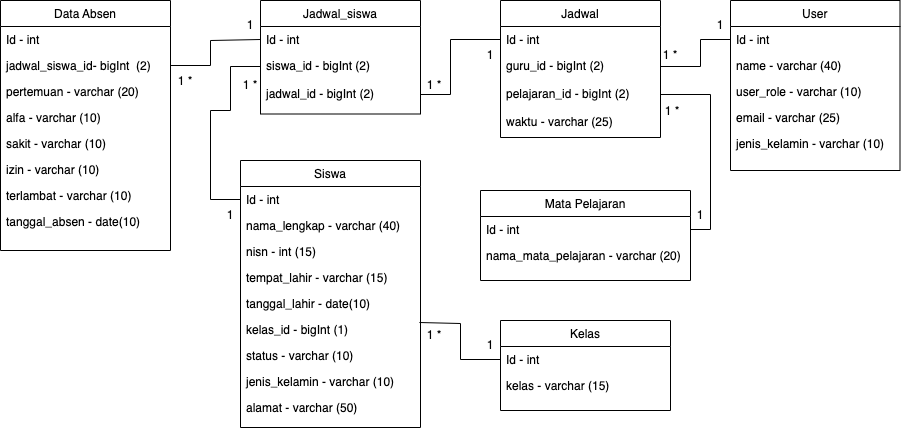
Above: Untitled Diagram.drawio.png in danangsptro/SI_ABSEN (draw.io), before the change. Source tidied: cells renumbered, new cells last; positions are measured from the earlier drawing's top-left corner, leaving out a move shared by most shapes.
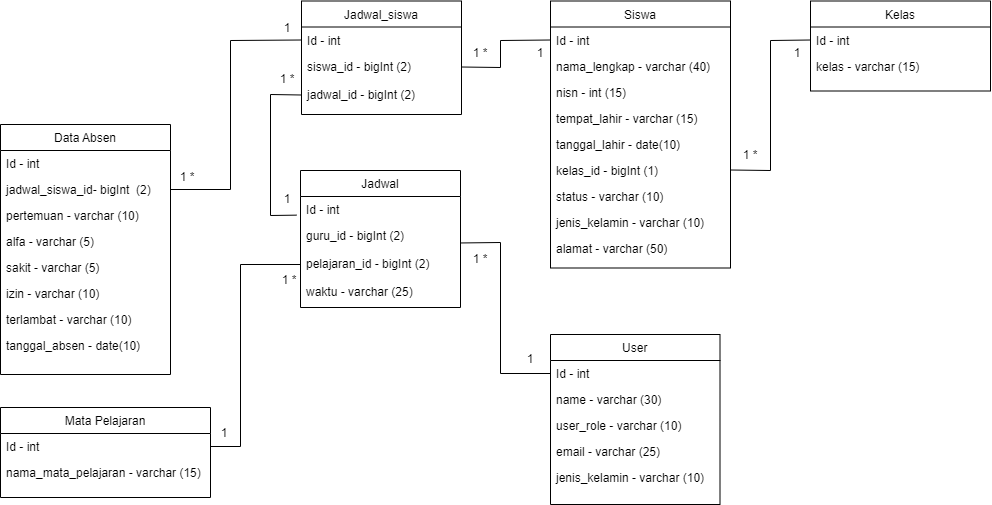
The same file after the commit.

Diff of the diagram source:
```diff
@@ -3,12 +3,12 @@
     <mxCell id="0" />
     <mxCell id="1" parent="0" />
     <mxCell id="2" value="User" style="swimlane;fontStyle=0;align=center;verticalAlign=top;horizontal=1;startSize=26;rounded=0;shadow=0;strokeWidth=1;" parent="1" vertex="1">
-      <mxGeometry x="730" width="169.5" height="170" as="geometry" />
+      <mxGeometry x="360" y="220" width="169.5" height="170" as="geometry" />
     </mxCell>
     <mxCell id="3" value="Id - int" style="text;align=left;verticalAlign=top;spacingLeft=4;spacingRight=4;overflow=hidden;points=[[0,0.5],[1,0.5]];portConstraint=eastwest;" parent="2" vertex="1">
       <mxGeometry y="26" width="169.5" height="26" as="geometry" />
     </mxCell>
-    <mxCell id="4" value="name - varchar (40)" style="text;align=left;verticalAlign=top;spacingLeft=4;spacingRight=4;overflow=hidden;" parent="2" vertex="1">
+    <mxCell id="4" value="name - varchar (30)" style="text;align=left;verticalAlign=top;spacingLeft=4;spacingRight=4;overflow=hidden;" parent="2" vertex="1">
       <mxGeometry y="52" width="169.5" height="26" as="geometry" />
     </mxCell>
     <mxCell id="5" value="user_role - varchar (10)" style="text;align=left;verticalAlign=top;spacingLeft=4;spacingRight=4;overflow=hidden;" parent="2" vertex="1">
@@ -21,16 +21,16 @@
       <mxGeometry y="130" width="169.5" height="26" as="geometry" />
     </mxCell>
     <mxCell id="8" value="Kelas" style="swimlane;fontStyle=0;align=center;verticalAlign=top;horizontal=1;startSize=26;rounded=0;shadow=0;strokeWidth=1;" parent="1" vertex="1">
-      <mxGeometry x="500" y="320" width="170" height="90" as="geometry" />
+      <mxGeometry x="620" y="-113.5" width="180" height="90" as="geometry" />
     </mxCell>
     <mxCell id="9" value="Id - int" style="text;align=left;verticalAlign=top;spacingLeft=4;spacingRight=4;overflow=hidden;points=[[0,0.5],[1,0.5]];portConstraint=eastwest;" parent="8" vertex="1">
-      <mxGeometry y="26" width="170" height="26" as="geometry" />
+      <mxGeometry y="26" width="180" height="26" as="geometry" />
     </mxCell>
     <mxCell id="10" value="kelas - varchar (15)" style="text;align=left;verticalAlign=top;spacingLeft=4;spacingRight=4;overflow=hidden;rounded=0;shadow=0;html=0;" parent="8" vertex="1">
-      <mxGeometry y="52" width="170" height="28" as="geometry" />
+      <mxGeometry y="52" width="180" height="28" as="geometry" />
     </mxCell>
     <mxCell id="11" value="Siswa" style="swimlane;fontStyle=0;align=center;verticalAlign=top;horizontal=1;startSize=26;rounded=0;shadow=0;strokeWidth=1;" parent="1" vertex="1">
-      <mxGeometry x="240" y="160" width="180" height="267" as="geometry" />
+      <mxGeometry x="360" y="-113.5" width="180" height="267" as="geometry" />
     </mxCell>
     <mxCell id="12" value="Id - int" style="text;align=left;verticalAlign=top;spacingLeft=4;spacingRight=4;overflow=hidden;points=[[0,0.5],[1,0.5]];portConstraint=eastwest;" parent="11" vertex="1">
       <mxGeometry y="26" width="180" height="26" as="geometry" />
@@ -60,16 +60,16 @@
       <mxGeometry y="234" width="180" height="26" as="geometry" />
     </mxCell>
     <mxCell id="21" value="Mata Pelajaran" style="swimlane;fontStyle=0;align=center;verticalAlign=top;horizontal=1;startSize=26;rounded=0;shadow=0;strokeWidth=1;" parent="1" vertex="1">
-      <mxGeometry x="480" y="190" width="210" height="90" as="geometry" />
+      <mxGeometry x="-190" y="293" width="210" height="90" as="geometry" />
     </mxCell>
     <mxCell id="22" value="Id - int" style="text;align=left;verticalAlign=top;spacingLeft=4;spacingRight=4;overflow=hidden;points=[[0,0.5],[1,0.5]];portConstraint=eastwest;" parent="21" vertex="1">
       <mxGeometry y="26" width="210" height="26" as="geometry" />
     </mxCell>
-    <mxCell id="23" value="nama_mata_pelajaran - varchar (20)" style="text;align=left;verticalAlign=top;spacingLeft=4;spacingRight=4;overflow=hidden;rounded=0;shadow=0;html=0;" parent="21" vertex="1">
+    <mxCell id="23" value="nama_mata_pelajaran - varchar (15)" style="text;align=left;verticalAlign=top;spacingLeft=4;spacingRight=4;overflow=hidden;rounded=0;shadow=0;html=0;" parent="21" vertex="1">
       <mxGeometry y="52" width="210" height="26" as="geometry" />
     </mxCell>
     <mxCell id="24" value="Data Absen" style="swimlane;fontStyle=0;align=center;verticalAlign=top;horizontal=1;startSize=26;rounded=0;shadow=0;strokeWidth=1;" parent="1" vertex="1">
-      <mxGeometry width="170" height="250" as="geometry" />
+      <mxGeometry x="-190" y="10" width="170" height="250" as="geometry" />
     </mxCell>
     <mxCell id="25" value="Id - int" style="text;align=left;verticalAlign=top;spacingLeft=4;spacingRight=4;overflow=hidden;" parent="24" vertex="1">
       <mxGeometry y="26" width="170" height="26" as="geometry" />
@@ -77,13 +77,13 @@
     <mxCell id="26" value="jadwal_siswa_id- bigInt  (2)" style="text;align=left;verticalAlign=top;spacingLeft=4;spacingRight=4;overflow=hidden;points=[[0,0.5],[1,0.5]];portConstraint=eastwest;" parent="24" vertex="1">
       <mxGeometry y="52" width="170" height="26" as="geometry" />
     </mxCell>
-    <mxCell id="27" value="pertemuan - varchar (20)" style="text;align=left;verticalAlign=top;spacingLeft=4;spacingRight=4;overflow=hidden;" parent="24" vertex="1">
+    <mxCell id="27" value="pertemuan - varchar (10)" style="text;align=left;verticalAlign=top;spacingLeft=4;spacingRight=4;overflow=hidden;" parent="24" vertex="1">
       <mxGeometry y="78" width="170" height="26" as="geometry" />
     </mxCell>
-    <mxCell id="28" value="alfa - varchar (10)" style="text;align=left;verticalAlign=top;spacingLeft=4;spacingRight=4;overflow=hidden;" parent="24" vertex="1">
+    <mxCell id="28" value="alfa - varchar (5)" style="text;align=left;verticalAlign=top;spacingLeft=4;spacingRight=4;overflow=hidden;" parent="24" vertex="1">
       <mxGeometry y="104" width="170" height="26" as="geometry" />
     </mxCell>
-    <mxCell id="29" value="sakit - varchar (10)" style="text;align=left;verticalAlign=top;spacingLeft=4;spacingRight=4;overflow=hidden;" parent="24" vertex="1">
+    <mxCell id="29" value="sakit - varchar (5)" style="text;align=left;verticalAlign=top;spacingLeft=4;spacingRight=4;overflow=hidden;" parent="24" vertex="1">
       <mxGeometry y="130" width="170" height="26" as="geometry" />
     </mxCell>
     <mxCell id="30" value="izin - varchar (10)" style="text;align=left;verticalAlign=top;spacingLeft=4;spacingRight=4;overflow=hidden;" parent="24" vertex="1">
@@ -96,16 +96,10 @@
       <mxGeometry y="208" width="170" height="26" as="geometry" />
     </mxCell>
     <mxCell id="33" value="1" style="text;html=1;strokeColor=none;fillColor=none;align=center;verticalAlign=middle;whiteSpace=wrap;rounded=0;" parent="1" vertex="1">
-      <mxGeometry x="690" y="10" width="60" height="30" as="geometry" />
+      <mxGeometry x="67" y="-100.8" width="60" height="30" as="geometry" />
     </mxCell>
-    <mxCell id="34" value="1 *" style="text;html=1;strokeColor=none;fillColor=none;align=center;verticalAlign=middle;whiteSpace=wrap;rounded=0;" parent="1" vertex="1">
-      <mxGeometry x="155" y="66" width="60" height="30" as="geometry" />
-    </mxCell>
-    <mxCell id="35" value="1" style="text;html=1;strokeColor=none;fillColor=none;align=center;verticalAlign=middle;whiteSpace=wrap;rounded=0;" parent="1" vertex="1">
-      <mxGeometry x="220" y="10" width="60" height="30" as="geometry" />
-    </mxCell>
     <mxCell id="36" value="Jadwal" style="swimlane;fontStyle=0;align=center;verticalAlign=top;horizontal=1;startSize=26;rounded=0;shadow=0;strokeWidth=1;" parent="1" vertex="1">
-      <mxGeometry x="500" width="160" height="137" as="geometry" />
+      <mxGeometry x="110" y="56" width="160" height="137" as="geometry" />
     </mxCell>
     <mxCell id="37" value="Id - int" style="text;align=left;verticalAlign=top;spacingLeft=4;spacingRight=4;overflow=hidden;points=[[0,0.5],[1,0.5]];portConstraint=eastwest;" parent="36" vertex="1">
       <mxGeometry y="26" width="160" height="26" as="geometry" />
@@ -120,7 +114,7 @@
       <mxGeometry y="108" width="160" height="28" as="geometry" />
     </mxCell>
     <mxCell id="41" value="Jadwal_siswa" style="swimlane;fontStyle=0;align=center;verticalAlign=top;horizontal=1;startSize=26;rounded=0;shadow=0;strokeWidth=1;" parent="1" vertex="1">
-      <mxGeometry x="260" width="160" height="113.5" as="geometry" />
+      <mxGeometry x="111" y="-113.5" width="160" height="113.5" as="geometry" />
     </mxCell>
     <mxCell id="42" value="Id - int" style="text;align=left;verticalAlign=top;spacingLeft=4;spacingRight=4;overflow=hidden;points=[[0,0.5],[1,0.5]];portConstraint=eastwest;" parent="41" vertex="1">
       <mxGeometry y="26" width="160" height="26" as="geometry" />
@@ -137,82 +131,86 @@
         <mxPoint x="180" y="20" as="targetPoint" />
       </mxGeometry>
     </mxCell>
-    <mxCell id="46" style="endArrow=none;html=1;rounded=0;entryX=1;entryY=0.5;entryDx=0;entryDy=0;exitX=0;exitY=0.5;exitDx=0;exitDy=0;" parent="1" edge="1" source="42" target="26">
-      <mxGeometry relative="1" as="geometry">
-        <Array as="points">
-          <mxPoint x="210" y="40" />
-          <mxPoint x="210" y="65" />
-        </Array>
-      </mxGeometry>
-    </mxCell>
+    <mxCell id="54" value="1 *" style="text;html=1;strokeColor=none;fillColor=none;align=center;verticalAlign=middle;whiteSpace=wrap;rounded=0;" parent="1" vertex="1">
+      <mxGeometry x="-33" y="48" width="60" height="30" as="geometry" />
+    </mxCell>
+    <mxCell id="61" style="endArrow=none;html=1;rounded=0;exitX=1;exitY=0.5;exitDx=0;exitDy=0;entryX=0;entryY=0.5;entryDx=0;entryDy=0;" parent="1" edge="1" source="26" target="42">
+      <mxGeometry relative="1" as="geometry">
+        <Array as="points">
+          <mxPoint x="40" y="75" />
+          <mxPoint x="40" y="-74" />
+        </Array>
+      </mxGeometry>
+    </mxCell>
-    <mxCell id="47" style="endArrow=none;html=1;rounded=0;entryX=0;entryY=0.5;entryDx=0;entryDy=0;exitX=1;exitY=0.5;exitDx=0;exitDy=0;" parent="1" edge="1" source="44" target="37">
+    <mxCell id="47" style="endArrow=none;html=1;rounded=0;entryX=-0.025;entryY=0.717;entryDx=0;entryDy=0;entryPerimeter=0;exitX=0;exitY=0.5;exitDx=0;exitDy=0;" parent="1" edge="1" source="44" target="37">
       <mxGeometry relative="1" as="geometry">
         <Array as="points">
-          <mxPoint x="450" y="94" />
-          <mxPoint x="450" y="39" />
+          <mxPoint x="80" y="-20" />
+          <mxPoint x="80" y="101" />
         </Array>
       </mxGeometry>
     </mxCell>
-    <mxCell id="48" value="1 *" style="text;html=1;strokeColor=none;fillColor=none;align=center;verticalAlign=middle;whiteSpace=wrap;rounded=0;" parent="1" vertex="1">
-      <mxGeometry x="404" y="70" width="60" height="30" as="geometry" />
-    </mxCell>
-    <mxCell id="49" value="1" style="text;html=1;strokeColor=none;fillColor=none;align=center;verticalAlign=middle;whiteSpace=wrap;rounded=0;" parent="1" vertex="1">
-      <mxGeometry x="460" y="40" width="60" height="30" as="geometry" />
-    </mxCell>
+    <mxCell id="62" value="1" style="text;html=1;strokeColor=none;fillColor=none;align=center;verticalAlign=middle;whiteSpace=wrap;rounded=0;" parent="1" vertex="1">
+      <mxGeometry x="67" y="70" width="60" height="30" as="geometry" />
+    </mxCell>
+    <mxCell id="63" value="1 *" style="text;html=1;strokeColor=none;fillColor=none;align=center;verticalAlign=middle;whiteSpace=wrap;rounded=0;" parent="1" vertex="1">
+      <mxGeometry x="67" y="-50" width="60" height="30" as="geometry" />
+    </mxCell>
+    <mxCell id="64" style="endArrow=none;html=1;rounded=0;entryX=0;entryY=0.5;entryDx=0;entryDy=0;exitX=1;exitY=0.5;exitDx=0;exitDy=0;" parent="1" edge="1" source="22" target="39">
+      <mxGeometry relative="1" as="geometry">
+        <Array as="points">
+          <mxPoint x="50" y="332" />
+          <mxPoint x="50" y="150" />
+        </Array>
+      </mxGeometry>
+    </mxCell>
+    <mxCell id="65" value="1" style="text;html=1;strokeColor=none;fillColor=none;align=center;verticalAlign=middle;whiteSpace=wrap;rounded=0;" parent="1" vertex="1">
+      <mxGeometry x="4" y="304" width="60" height="30" as="geometry" />
+    </mxCell>
+    <mxCell id="66" value="1 *" style="text;html=1;strokeColor=none;fillColor=none;align=center;verticalAlign=middle;whiteSpace=wrap;rounded=0;" parent="1" vertex="1">
+      <mxGeometry x="69" y="150.5" width="60" height="30" as="geometry" />
+    </mxCell>
-    <mxCell id="50" style="endArrow=none;html=1;rounded=0;entryX=0;entryY=0.5;entryDx=0;entryDy=0;exitX=1;exitY=0.5;exitDx=0;exitDy=0;" parent="1" edge="1" source="38" target="3">
+    <mxCell id="50" style="endArrow=none;html=1;rounded=0;exitX=0.997;exitY=0.731;exitDx=0;exitDy=0;exitPerimeter=0;entryX=0;entryY=0.5;entryDx=0;entryDy=0;" parent="1" edge="1" source="38" target="3">
       <mxGeometry relative="1" as="geometry">
         <Array as="points">
-          <mxPoint x="700" y="66" />
-          <mxPoint x="700" y="39" />
+          <mxPoint x="310" y="128" />
+          <mxPoint x="310" y="259" />
         </Array>
       </mxGeometry>
     </mxCell>
-    <mxCell id="51" value="1 *" style="text;html=1;strokeColor=none;fillColor=none;align=center;verticalAlign=middle;whiteSpace=wrap;rounded=0;" parent="1" vertex="1">
-      <mxGeometry x="640" y="40" width="60" height="30" as="geometry" />
-    </mxCell>
-    <mxCell id="52" style="endArrow=none;html=1;rounded=0;entryX=1;entryY=0.5;entryDx=0;entryDy=0;exitX=1;exitY=0.5;exitDx=0;exitDy=0;" parent="1" edge="1" source="39" target="22">
-      <mxGeometry relative="1" as="geometry">
-        <Array as="points">
-          <mxPoint x="710" y="94" />
-          <mxPoint x="710" y="229" />
-        </Array>
-      </mxGeometry>
-    </mxCell>
-    <mxCell id="53" value="1" style="text;html=1;strokeColor=none;fillColor=none;align=center;verticalAlign=middle;whiteSpace=wrap;rounded=0;" parent="1" vertex="1">
-      <mxGeometry x="670" y="200" width="60" height="30" as="geometry" />
-    </mxCell>
-    <mxCell id="54" value="1 *" style="text;html=1;strokeColor=none;fillColor=none;align=center;verticalAlign=middle;whiteSpace=wrap;rounded=0;" parent="1" vertex="1">
-      <mxGeometry x="642" y="96" width="60" height="30" as="geometry" />
-    </mxCell>
-    <mxCell id="55" style="endArrow=none;html=1;rounded=0;entryX=0;entryY=0.5;entryDx=0;entryDy=0;exitX=0;exitY=0.5;exitDx=0;exitDy=0;" parent="1" edge="1" source="12" target="43">
-      <mxGeometry relative="1" as="geometry">
-        <Array as="points">
-          <mxPoint x="210" y="199" />
-          <mxPoint x="210" y="110" />
-          <mxPoint x="230" y="110" />
-          <mxPoint x="230" y="66" />
-        </Array>
-      </mxGeometry>
-    </mxCell>
-    <mxCell id="56" value="1 *" style="text;html=1;strokeColor=none;fillColor=none;align=center;verticalAlign=middle;whiteSpace=wrap;rounded=0;" parent="1" vertex="1">
-      <mxGeometry x="220" y="70" width="60" height="30" as="geometry" />
-    </mxCell>
-    <mxCell id="57" value="1" style="text;html=1;strokeColor=none;fillColor=none;align=center;verticalAlign=middle;whiteSpace=wrap;rounded=0;" parent="1" vertex="1">
-      <mxGeometry x="200" y="200" width="60" height="30" as="geometry" />
-    </mxCell>
+    <mxCell id="67" value="1" style="text;html=1;strokeColor=none;fillColor=none;align=center;verticalAlign=middle;whiteSpace=wrap;rounded=0;" parent="1" vertex="1">
+      <mxGeometry x="310" y="230" width="60" height="30" as="geometry" />
+    </mxCell>
+    <mxCell id="68" value="1 *" style="text;html=1;strokeColor=none;fillColor=none;align=center;verticalAlign=middle;whiteSpace=wrap;rounded=0;" parent="1" vertex="1">
+      <mxGeometry x="260" y="130" width="60" height="30" as="geometry" />
+    </mxCell>
-    <mxCell id="58" style="endArrow=none;html=1;rounded=0;entryX=0;entryY=0.5;entryDx=0;entryDy=0;exitX=0.994;exitY=0.231;exitDx=0;exitDy=0;exitPerimeter=0;" parent="1" edge="1" source="17" target="9">
+    <mxCell id="58" style="endArrow=none;html=1;rounded=0;entryX=0;entryY=0.5;entryDx=0;entryDy=0;exitX=1;exitY=0.5;exitDx=0;exitDy=0;" parent="1" edge="1" source="17" target="9">
       <mxGeometry relative="1" as="geometry">
         <Array as="points">
-          <mxPoint x="460" y="323" />
-          <mxPoint x="460" y="359" />
+          <mxPoint x="580" y="56" />
+          <mxPoint x="580" y="-74" />
         </Array>
       </mxGeometry>
     </mxCell>
-    <mxCell id="59" value="1" style="text;html=1;strokeColor=none;fillColor=none;align=center;verticalAlign=middle;whiteSpace=wrap;rounded=0;" parent="1" vertex="1">
-      <mxGeometry x="460" y="330" width="60" height="30" as="geometry" />
-    </mxCell>
-    <mxCell id="60" value="1 *" style="text;html=1;strokeColor=none;fillColor=none;align=center;verticalAlign=middle;whiteSpace=wrap;rounded=0;" parent="1" vertex="1">
-      <mxGeometry x="404" y="320" width="60" height="30" as="geometry" />
-    </mxCell>
+    <mxCell id="69" value="1" style="text;html=1;strokeColor=none;fillColor=none;align=center;verticalAlign=middle;whiteSpace=wrap;rounded=0;" parent="1" vertex="1">
+      <mxGeometry x="577" y="-75.8" width="60" height="30" as="geometry" />
+    </mxCell>
+    <mxCell id="70" value="1 *" style="text;html=1;strokeColor=none;fillColor=none;align=center;verticalAlign=middle;whiteSpace=wrap;rounded=0;" parent="1" vertex="1">
+      <mxGeometry x="529.5" y="26" width="60" height="30" as="geometry" />
+    </mxCell>
+    <mxCell id="71" style="endArrow=none;html=1;rounded=0;entryX=0;entryY=0.5;entryDx=0;entryDy=0;exitX=1;exitY=0.5;exitDx=0;exitDy=0;" parent="1" edge="1" source="43" target="12">
+      <mxGeometry relative="1" as="geometry">
+        <Array as="points">
+          <mxPoint x="310" y="-47" />
+          <mxPoint x="310" y="-74" />
+        </Array>
+      </mxGeometry>
+    </mxCell>
+    <mxCell id="72" value="1" style="text;html=1;strokeColor=none;fillColor=none;align=center;verticalAlign=middle;whiteSpace=wrap;rounded=0;" parent="1" vertex="1">
+      <mxGeometry x="320" y="-75.8" width="60" height="30" as="geometry" />
+    </mxCell>
+    <mxCell id="73" value="1 *" style="text;html=1;strokeColor=none;fillColor=none;align=center;verticalAlign=middle;whiteSpace=wrap;rounded=0;" parent="1" vertex="1">
+      <mxGeometry x="260" y="-75.8" width="60" height="30" as="geometry" />
+    </mxCell>
   </root>
 </mxGraphModel>
```
